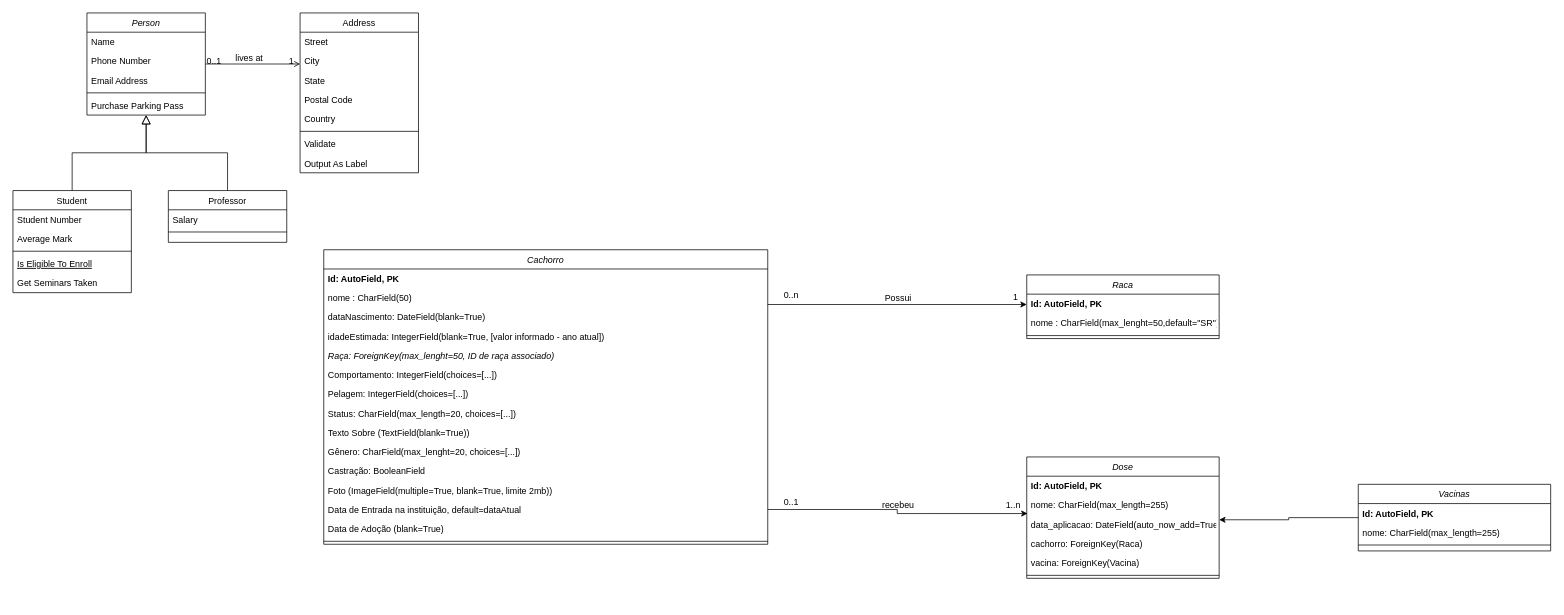
emanuelrzolet/Web-App-AAMA keeps this draw.io diagram as Diagrama de Classes - AAMA.drawio. Above is the earlier version. Source tidied: cells renumbered, new cells numbered last; positions are measured from the earlier drawing's top-left corner, leaving out a move shared by most shapes. Both pictures are drawn from the tidied source at 74%, with x=0, y=0 at pixel (13, 13).
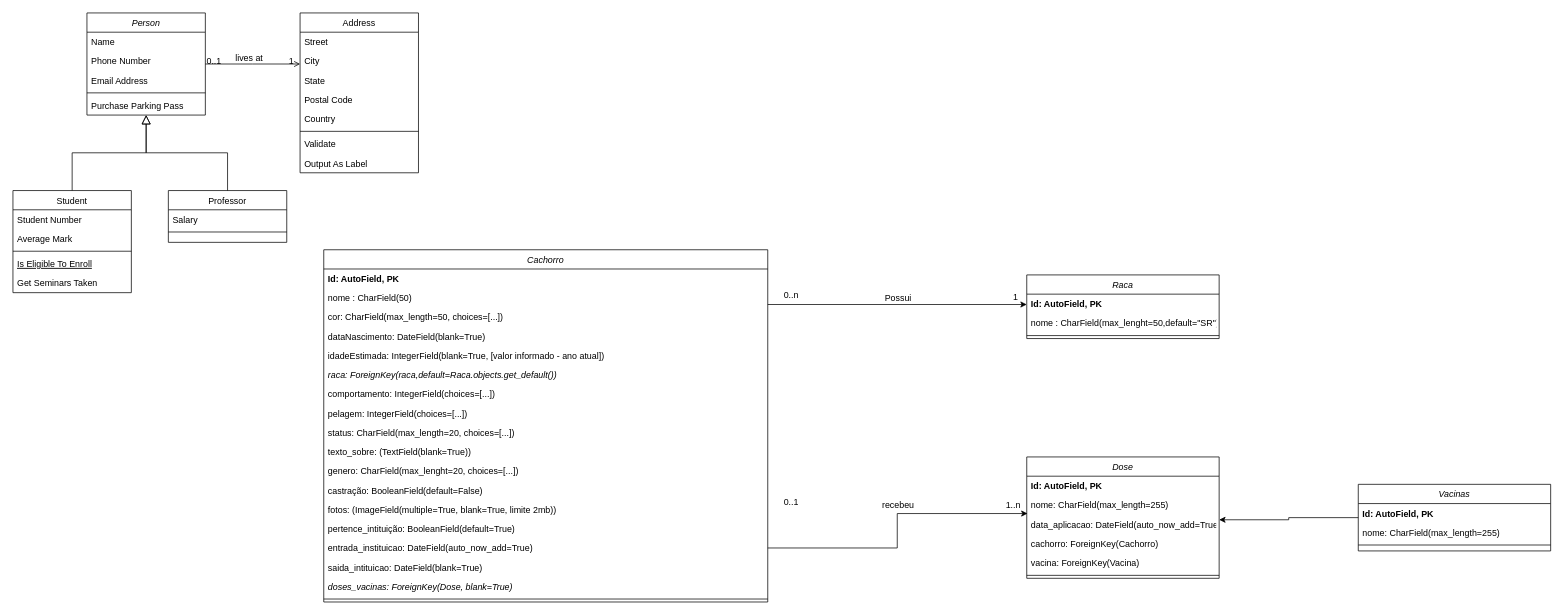
The same page after the edit.

Unchanged cells that the change refers to:
```xml
<mxCell id="58" value="Dose" style="swimlane;fontStyle=2;align=center;verticalAlign=top;horizontal=1;startSize=26;rounded=0;shadow=0;strokeWidth=1;" parent="1" vertex="1">
  <mxGeometry x="1370" y="600" width="260" height="164" as="geometry" />
</mxCell>
```

What changed in the source:
```diff
@@
     <mxCell id="38" value="Cachorro" style="swimlane;fontStyle=2;align=center;verticalAlign=top;horizontal=1;startSize=26;rounded=0;shadow=0;strokeWidth=1;" parent="1" vertex="1">
-      <mxGeometry x="420" y="320" width="600" height="398" as="geometry" />
+      <mxGeometry x="420" y="320" width="600" height="476" as="geometry" />
     </mxCell>
@@
+    <mxCell id="72" value="cor: CharField(max_length=50, choices=[...]) " style="text;align=left;verticalAlign=top;spacingLeft=4;spacingRight=4;overflow=hidden;rounded=0;shadow=0;html=0;" parent="38" vertex="1">
+      <mxGeometry y="78" width="600" height="26" as="geometry" />
+    </mxCell>
     <mxCell id="41" value="dataNascimento: DateField(blank=True)" style="text;align=left;verticalAlign=top;spacingLeft=4;spacingRight=4;overflow=hidden;rounded=0;shadow=0;html=0;" parent="38" vertex="1">
-      <mxGeometry y="78" width="600" height="26" as="geometry" />
+      <mxGeometry y="104" width="600" height="26" as="geometry" />
     </mxCell>
     <mxCell id="42" value="idadeEstimada: IntegerField(blank=True, [valor informado - ano atual])" style="text;align=left;verticalAlign=top;spacingLeft=4;spacingRight=4;overflow=hidden;rounded=0;shadow=0;html=0;" parent="38" vertex="1">
-      <mxGeometry y="104" width="600" height="26" as="geometry" />
+      <mxGeometry y="130" width="600" height="26" as="geometry" />
     </mxCell>
-    <mxCell id="43" value="Raça: ForeignKey(max_lenght=50, ID de raça associado)" style="text;align=left;verticalAlign=top;spacingLeft=4;spacingRight=4;overflow=hidden;rounded=0;shadow=0;html=0;fontStyle=2;" parent="38" vertex="1">
-      <mxGeometry y="130" width="600" height="26" as="geometry" />
+    <mxCell id="43" value="raca: ForeignKey(raca,default=Raca.objects.get_default())" style="text;align=left;verticalAlign=top;spacingLeft=4;spacingRight=4;overflow=hidden;rounded=0;shadow=0;html=0;fontStyle=2;" parent="38" vertex="1">
+      <mxGeometry y="156" width="600" height="26" as="geometry" />
     </mxCell>
-    <mxCell id="44" value="Comportamento: IntegerField(choices=[...])" style="text;align=left;verticalAlign=top;spacingLeft=4;spacingRight=4;overflow=hidden;fontStyle=0;" parent="38" vertex="1">
-      <mxGeometry y="156" width="600" height="26" as="geometry" />
+    <mxCell id="44" value="comportamento: IntegerField(choices=[...])" style="text;align=left;verticalAlign=top;spacingLeft=4;spacingRight=4;overflow=hidden;fontStyle=0;" parent="38" vertex="1">
+      <mxGeometry y="182" width="600" height="26" as="geometry" />
     </mxCell>
-    <mxCell id="45" value="Pelagem: IntegerField(choices=[...])" style="text;align=left;verticalAlign=top;spacingLeft=4;spacingRight=4;overflow=hidden;fontStyle=0;" parent="38" vertex="1">
-      <mxGeometry y="182" width="600" height="26" as="geometry" />
+    <mxCell id="45" value="pelagem: IntegerField(choices=[...])" style="text;align=left;verticalAlign=top;spacingLeft=4;spacingRight=4;overflow=hidden;fontStyle=0;" parent="38" vertex="1">
+      <mxGeometry y="208" width="600" height="26" as="geometry" />
     </mxCell>
-    <mxCell id="46" value="Status: CharField(max_length=20, choices=[...])" style="text;align=left;verticalAlign=top;spacingLeft=4;spacingRight=4;overflow=hidden;fontStyle=0;" parent="38" vertex="1">
-      <mxGeometry y="208" width="600" height="26" as="geometry" />
+    <mxCell id="46" value="status: CharField(max_length=20, choices=[...])" style="text;align=left;verticalAlign=top;spacingLeft=4;spacingRight=4;overflow=hidden;fontStyle=0;" parent="38" vertex="1">
+      <mxGeometry y="234" width="600" height="26" as="geometry" />
     </mxCell>
-    <mxCell id="47" value="Texto Sobre (TextField(blank=True))" style="text;align=left;verticalAlign=top;spacingLeft=4;spacingRight=4;overflow=hidden;rounded=0;shadow=0;html=0;" parent="38" vertex="1">
-      <mxGeometry y="234" width="600" height="26" as="geometry" />
+    <mxCell id="47" value="texto_sobre: (TextField(blank=True))" style="text;align=left;verticalAlign=top;spacingLeft=4;spacingRight=4;overflow=hidden;rounded=0;shadow=0;html=0;" parent="38" vertex="1">
+      <mxGeometry y="260" width="600" height="26" as="geometry" />
     </mxCell>
-    <mxCell id="48" value="Gênero: CharField(max_lenght=20, choices=[...])" style="text;align=left;verticalAlign=top;spacingLeft=4;spacingRight=4;overflow=hidden;rounded=0;shadow=0;html=0;" parent="38" vertex="1">
-      <mxGeometry y="260" width="600" height="26" as="geometry" />
+    <mxCell id="48" value="genero: CharField(max_lenght=20, choices=[...])" style="text;align=left;verticalAlign=top;spacingLeft=4;spacingRight=4;overflow=hidden;rounded=0;shadow=0;html=0;" parent="38" vertex="1">
+      <mxGeometry y="286" width="600" height="26" as="geometry" />
     </mxCell>
-    <mxCell id="49" value="Castração: BooleanField" style="text;align=left;verticalAlign=top;spacingLeft=4;spacingRight=4;overflow=hidden;rounded=0;shadow=0;html=0;" parent="38" vertex="1">
-      <mxGeometry y="286" width="600" height="26" as="geometry" />
+    <mxCell id="49" value="castração: BooleanField(default=False)" style="text;align=left;verticalAlign=top;spacingLeft=4;spacingRight=4;overflow=hidden;rounded=0;shadow=0;html=0;" parent="38" vertex="1">
+      <mxGeometry y="312" width="600" height="26" as="geometry" />
     </mxCell>
-    <mxCell id="50" value="Foto (ImageField(multiple=True, blank=True, limite 2mb))" style="text;align=left;verticalAlign=top;spacingLeft=4;spacingRight=4;overflow=hidden;rounded=0;shadow=0;html=0;" parent="38" vertex="1">
-      <mxGeometry y="312" width="600" height="26" as="geometry" />
+    <mxCell id="50" value="fotos: (ImageField(multiple=True, blank=True, limite 2mb))" style="text;align=left;verticalAlign=top;spacingLeft=4;spacingRight=4;overflow=hidden;rounded=0;shadow=0;html=0;" parent="38" vertex="1">
+      <mxGeometry y="338" width="600" height="26" as="geometry" />
     </mxCell>
+    <mxCell id="73" value="pertence_intituição: BooleanField(default=True)" style="text;align=left;verticalAlign=top;spacingLeft=4;spacingRight=4;overflow=hidden;rounded=0;shadow=0;html=0;" parent="38" vertex="1">
+      <mxGeometry y="364" width="600" height="26" as="geometry" />
+    </mxCell>
-    <mxCell id="51" value="Data de Entrada na instituição, default=dataAtual" style="text;align=left;verticalAlign=top;spacingLeft=4;spacingRight=4;overflow=hidden;points=[[0,0.5],[1,0.5]];portConstraint=eastwest;rounded=0;shadow=0;html=0;" parent="38" vertex="1">
-      <mxGeometry y="338" width="600" height="26" as="geometry" />
+    <mxCell id="51" value="entrada_instituicao: DateField(auto_now_add=True)" style="text;align=left;verticalAlign=top;spacingLeft=4;spacingRight=4;overflow=hidden;points=[[0,0.5],[1,0.5]];portConstraint=eastwest;rounded=0;shadow=0;html=0;" parent="38" vertex="1">
+      <mxGeometry y="390" width="600" height="26" as="geometry" />
     </mxCell>
-    <mxCell id="52" value="Data de Adoção (blank=True)" style="text;align=left;verticalAlign=top;spacingLeft=4;spacingRight=4;overflow=hidden;rounded=0;shadow=0;html=0;" parent="38" vertex="1">
-      <mxGeometry y="364" width="600" height="26" as="geometry" />
+    <mxCell id="52" value="saida_intituicao: DateField(blank=True)" style="text;align=left;verticalAlign=top;spacingLeft=4;spacingRight=4;overflow=hidden;rounded=0;shadow=0;html=0;" parent="38" vertex="1">
+      <mxGeometry y="416" width="600" height="26" as="geometry" />
     </mxCell>
+    <mxCell id="74" value="doses_vacinas: ForeignKey(Dose, blank=True)" style="text;align=left;verticalAlign=top;spacingLeft=4;spacingRight=4;overflow=hidden;rounded=0;shadow=0;html=0;fontStyle=2;" parent="38" vertex="1">
+      <mxGeometry y="442" width="600" height="26" as="geometry" />
+    </mxCell>
     <mxCell id="53" style="line;html=1;strokeWidth=1;align=left;verticalAlign=middle;spacingTop=-1;spacingLeft=3;spacingRight=3;labelPosition=right;" parent="38" vertex="1">
-      <mxGeometry y="390" width="600" height="8" as="geometry" />
+      <mxGeometry y="468" width="600" height="8" as="geometry" />
     </mxCell>
@@
-    <mxCell id="62" value="cachorro: ForeignKey(Raca)" style="text;align=left;verticalAlign=top;spacingLeft=4;spacingRight=4;overflow=hidden;fontStyle=0;" parent="58" vertex="1">
+    <mxCell id="62" value="cachorro: ForeignKey(Cachorro)" style="text;align=left;verticalAlign=top;spacingLeft=4;spacingRight=4;overflow=hidden;fontStyle=0;" parent="58" vertex="1">
       <mxGeometry y="104" width="260" height="26" as="geometry" />
     </mxCell>
```
